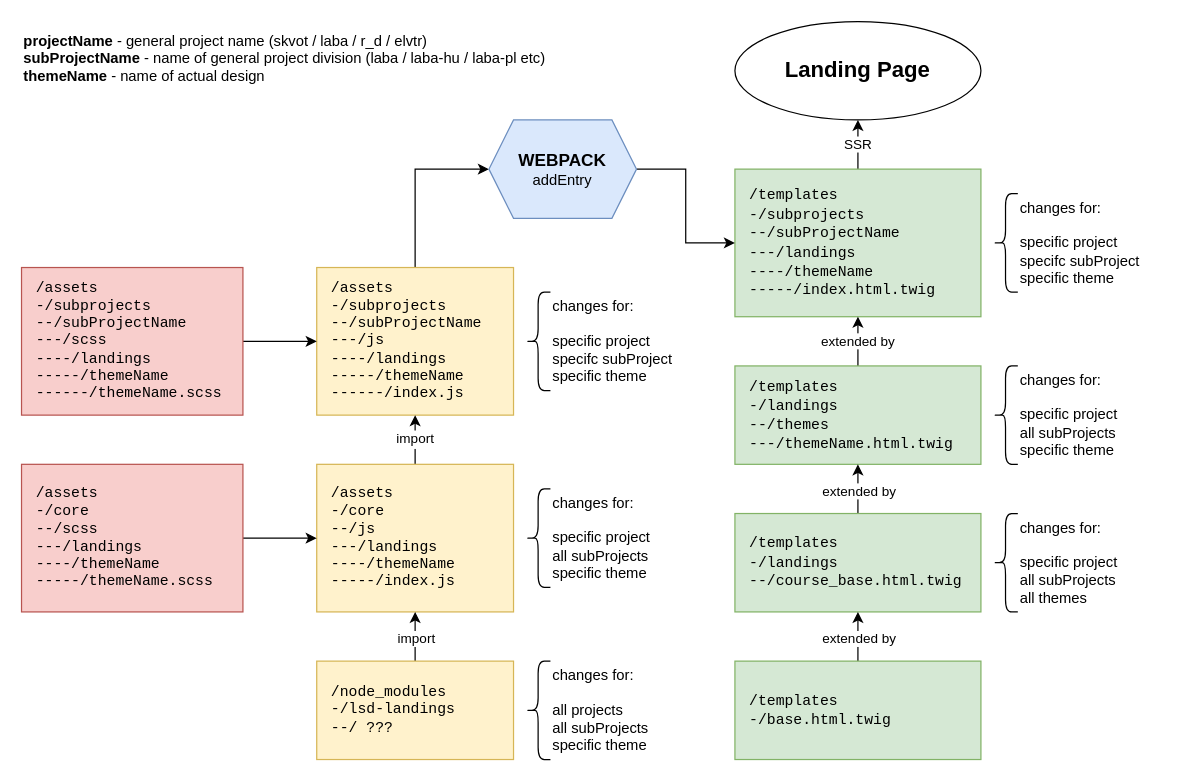
Earlier version of the draw.io diagram single-codebase.drawio (LavishTroll/single-codebase). Source tidied: cells renumbered, new cells numbered last; positions are measured from the earlier drawing's top-left corner, leaving out a move shared by most shapes. Both pictures are drawn from the tidied source at 123%, with x=0, y=0 at pixel (21, 21).
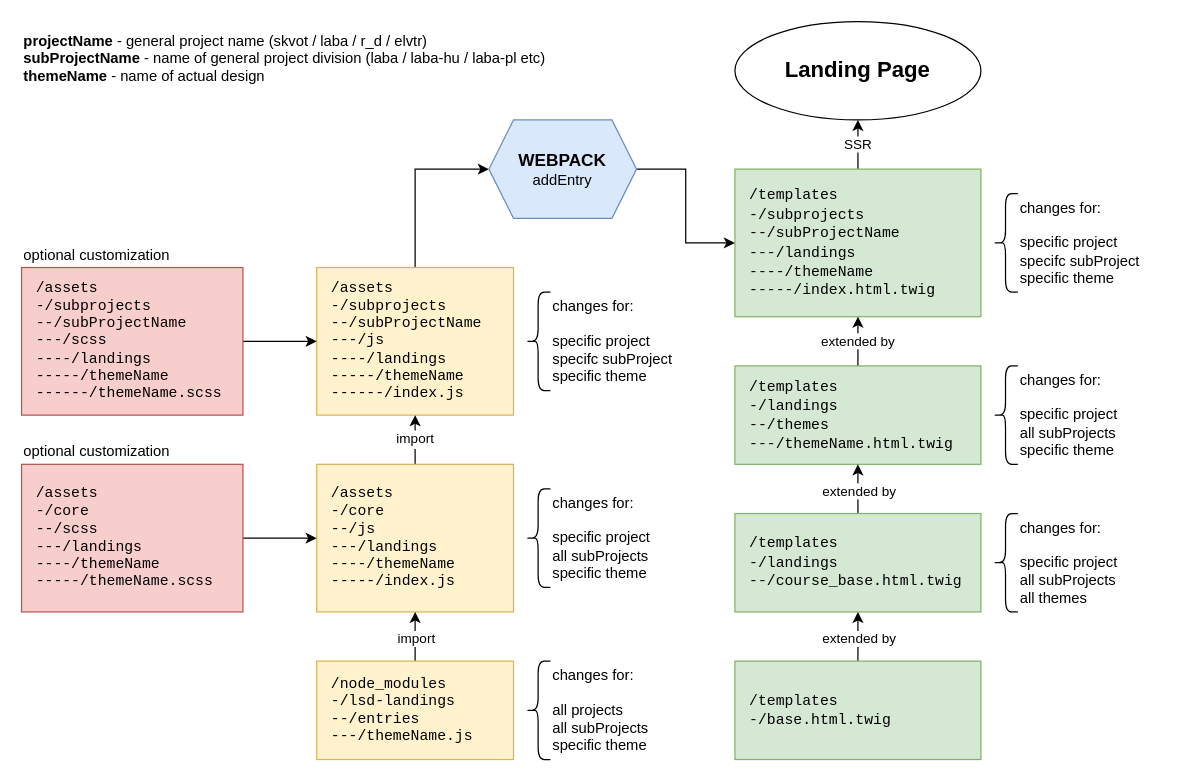
The same diagram, later.

Change to the diagram source:
```diff
@@
-    <mxCell id="26" value="/node_modules&lt;br&gt;-/lsd-landings&lt;br&gt;--/ ???" style="rounded=0;whiteSpace=wrap;html=1;labelBorderColor=none;fontFamily=Courier New;align=left;spacingLeft=10;fillColor=#fff2cc;strokeColor=#d6b656;" parent="1" vertex="1">
+    <mxCell id="26" value="/node_modules&lt;br&gt;-/lsd-landings&lt;br&gt;--/entries&lt;br&gt;---/themeName.js" style="rounded=0;whiteSpace=wrap;html=1;labelBorderColor=none;fontFamily=Courier New;align=left;spacingLeft=10;fillColor=#fff2cc;strokeColor=#d6b656;" parent="1" vertex="1">
       <mxGeometry x="240" y="520" width="160" height="80" as="geometry" />
     </mxCell>
@@
+    <mxCell id="39" value="optional customization" style="text;html=1;strokeColor=none;fillColor=none;align=left;verticalAlign=middle;whiteSpace=wrap;rounded=0;" parent="1" vertex="1">
+      <mxGeometry y="180" width="180" height="20" as="geometry" />
+    </mxCell>
+    <mxCell id="40" value="optional customization" style="text;html=1;strokeColor=none;fillColor=none;align=left;verticalAlign=middle;whiteSpace=wrap;rounded=0;" parent="1" vertex="1">
+      <mxGeometry y="340" width="180" height="20" as="geometry" />
+    </mxCell>
```
